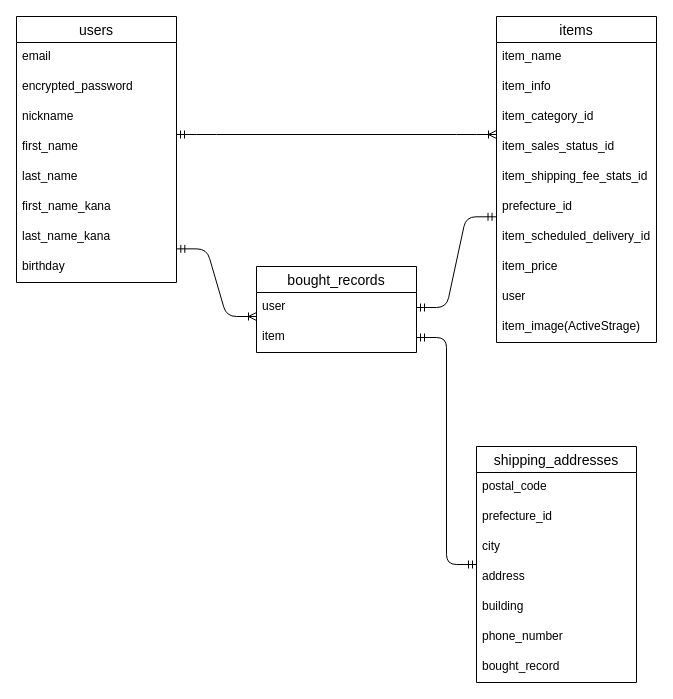
Above: furimaER.dio in hanyuta/furima-39661 (draw.io), before the change. Source tidied: cells renumbered, new cells numbered last; positions are measured from the earlier drawing's top-left corner, leaving out a move shared by most shapes. Both pictures are drawn from the tidied source at 100%, with x=0, y=0 at pixel (16, 16).
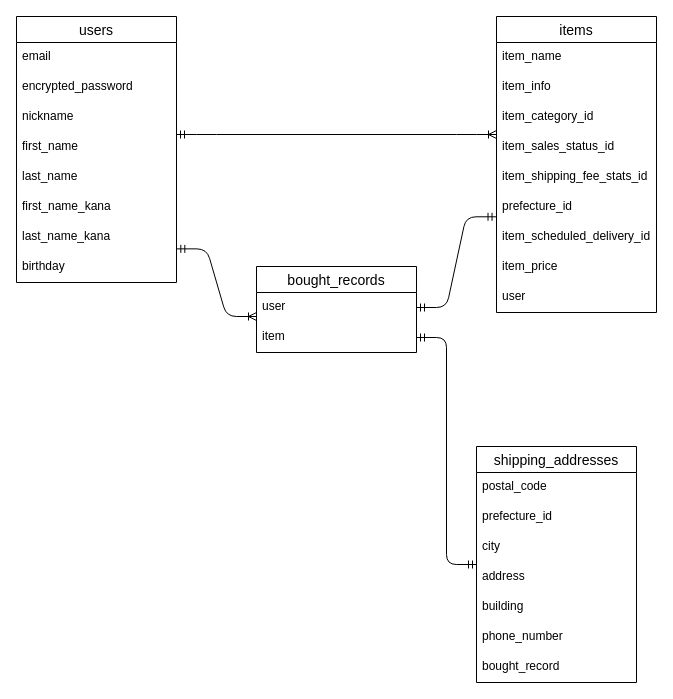
The same page after the edit.

Commit message:
ER図修正(Activestorage削除)

What changed in the source:
```diff
@@
     <mxCell id="11" value="items" style="swimlane;fontStyle=0;horizontal=1;startSize=26;align=center;fontSize=14;" parent="1" vertex="1">
-      <mxGeometry x="480" width="160" height="326" as="geometry" />
+      <mxGeometry x="480" width="160" height="296" as="geometry" />
     </mxCell>
@@
-    <mxCell id="21" value="item_image(ActiveStrage)" style="text;strokeColor=none;fillColor=none;spacingLeft=4;spacingRight=4;overflow=hidden;fontSize=12;" parent="11" vertex="1">
-      <mxGeometry y="296" width="160" height="30" as="geometry" />
-    </mxCell>
```
